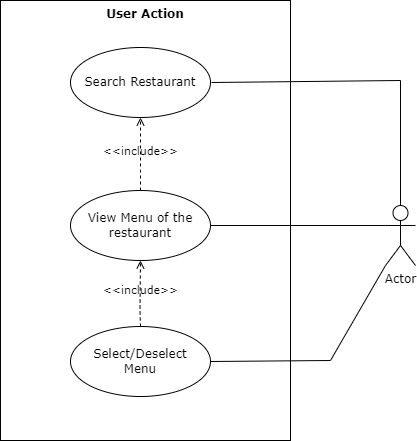
Above: UseCase_Final.drawio.png in rev0n1h08/Restaurant-finder (draw.io), before the change. Source tidied: cells renumbered, new cells last; positions are measured from the earlier drawing's top-left corner, leaving out a move shared by most shapes. Source of this version:
```xml
<mxGraphModel>
  <root>
    <mxCell id="0" />
    <mxCell id="1" parent="0" />
    <mxCell id="2" value="User Action" style="shape=rect;html=1;verticalAlign=top;fontStyle=1;whiteSpace=wrap;align=center;fontFamily=Verdana;" parent="1" vertex="1">
      <mxGeometry width="290" height="440" as="geometry" />
    </mxCell>
    <mxCell id="3" value="Search Restaurant" style="ellipse;whiteSpace=wrap;html=1;fontFamily=Verdana;" parent="1" vertex="1">
      <mxGeometry x="70" y="47" width="140" height="70" as="geometry" />
    </mxCell>
    <mxCell id="4" value="View Menu of the restaurant" style="ellipse;whiteSpace=wrap;html=1;fontFamily=Verdana;" parent="1" vertex="1">
      <mxGeometry x="70" y="190" width="140" height="70" as="geometry" />
    </mxCell>
    <mxCell id="5" value="Select/Deselect&lt;br&gt;Menu" style="ellipse;whiteSpace=wrap;html=1;fontFamily=Verdana;" parent="1" vertex="1">
      <mxGeometry x="70" y="326" width="140" height="70" as="geometry" />
    </mxCell>
    <mxCell id="6" value="&amp;lt;&amp;lt;include&amp;gt;&amp;gt;" style="html=1;verticalAlign=bottom;labelBackgroundColor=none;endArrow=open;endFill=0;dashed=1;rounded=0;fontFamily=Verdana;exitX=0.5;exitY=0;exitDx=0;exitDy=0;entryX=0.5;entryY=1;entryDx=0;entryDy=0;" parent="1" edge="1" source="4" target="3">
      <mxGeometry x="-0.14" relative="1" as="geometry">
        <Array as="points">
          <mxPoint x="140" y="170" />
        </Array>
      </mxGeometry>
    </mxCell>
    <mxCell id="7" value="&amp;lt;&amp;lt;include&amp;gt;&amp;gt;" style="html=1;verticalAlign=bottom;labelBackgroundColor=none;endArrow=open;endFill=0;dashed=1;rounded=0;fontFamily=Verdana;entryX=0.5;entryY=1;entryDx=0;entryDy=0;exitX=0.5;exitY=0;exitDx=0;exitDy=0;" parent="1" edge="1" source="5" target="4">
      <mxGeometry x="-0.14" relative="1" as="geometry">
        <Array as="points">
          <mxPoint x="139.5" y="310" />
        </Array>
      </mxGeometry>
    </mxCell>
    <mxCell id="8" value="Actor" style="shape=umlActor;verticalLabelPosition=bottom;verticalAlign=top;html=1;outlineConnect=0;fontFamily=Verdana;" parent="1" vertex="1">
      <mxGeometry x="385" y="205" width="30" height="60" as="geometry" />
    </mxCell>
    <mxCell id="9" style="edgeStyle=none;html=1;endArrow=none;verticalAlign=bottom;rounded=0;fontFamily=Verdana;entryX=0;entryY=0.3333333333333333;entryDx=0;entryDy=0;entryPerimeter=0;" parent="1" edge="1" source="4" target="8">
      <mxGeometry relative="1" as="geometry" />
    </mxCell>
    <mxCell id="10" style="edgeStyle=none;html=1;endArrow=none;verticalAlign=bottom;rounded=0;fontFamily=Verdana;exitX=1;exitY=0.5;exitDx=0;exitDy=0;" parent="1" edge="1">
      <mxGeometry relative="1" as="geometry">
        <mxPoint x="211" y="82" as="sourcePoint" />
        <mxPoint x="400" y="80" as="targetPoint" />
      </mxGeometry>
    </mxCell>
    <mxCell id="11" style="edgeStyle=none;html=1;endArrow=none;verticalAlign=bottom;rounded=0;fontFamily=Verdana;exitX=1;exitY=0.5;exitDx=0;exitDy=0;" parent="1" edge="1" source="5">
      <mxGeometry relative="1" as="geometry">
        <mxPoint x="330" y="360" as="targetPoint" />
      </mxGeometry>
    </mxCell>
    <mxCell id="12" style="edgeStyle=none;html=1;endArrow=none;verticalAlign=bottom;rounded=0;fontFamily=Verdana;exitX=0.5;exitY=0;exitDx=0;exitDy=0;exitPerimeter=0;" parent="1" edge="1" source="8">
      <mxGeometry relative="1" as="geometry">
        <mxPoint x="400" y="80" as="targetPoint" />
      </mxGeometry>
    </mxCell>
    <mxCell id="13" style="edgeStyle=none;html=1;endArrow=none;verticalAlign=bottom;rounded=0;fontFamily=Verdana;exitX=0;exitY=1;exitDx=0;exitDy=0;exitPerimeter=0;" parent="1" edge="1" source="8">
      <mxGeometry relative="1" as="geometry">
        <mxPoint x="330" y="360" as="targetPoint" />
      </mxGeometry>
    </mxCell>
  </root>
</mxGraphModel>
```
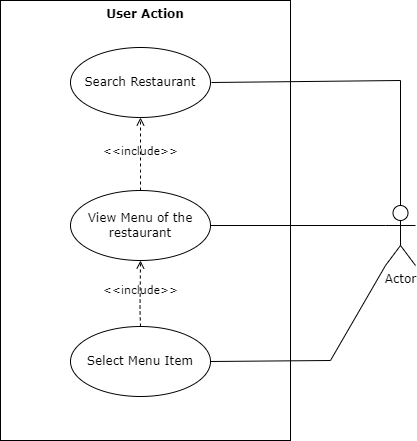
The same diagram one commit later.

Diff of the diagram source:
```diff
@@ -11,7 +11,7 @@
     <mxCell id="4" value="View Menu of the restaurant" style="ellipse;whiteSpace=wrap;html=1;fontFamily=Verdana;" parent="1" vertex="1">
       <mxGeometry x="70" y="190" width="140" height="70" as="geometry" />
     </mxCell>
-    <mxCell id="5" value="Select/Deselect&lt;br&gt;Menu" style="ellipse;whiteSpace=wrap;html=1;fontFamily=Verdana;" parent="1" vertex="1">
+    <mxCell id="5" value="Select Menu Item" style="ellipse;whiteSpace=wrap;html=1;fontFamily=Verdana;" parent="1" vertex="1">
       <mxGeometry x="70" y="326" width="140" height="70" as="geometry" />
     </mxCell>
     <mxCell id="6" value="&amp;lt;&amp;lt;include&amp;gt;&amp;gt;" style="html=1;verticalAlign=bottom;labelBackgroundColor=none;endArrow=open;endFill=0;dashed=1;rounded=0;fontFamily=Verdana;exitX=0.5;exitY=0;exitDx=0;exitDy=0;entryX=0.5;entryY=1;entryDx=0;entryDy=0;" parent="1" edge="1" source="4" target="3">
```
